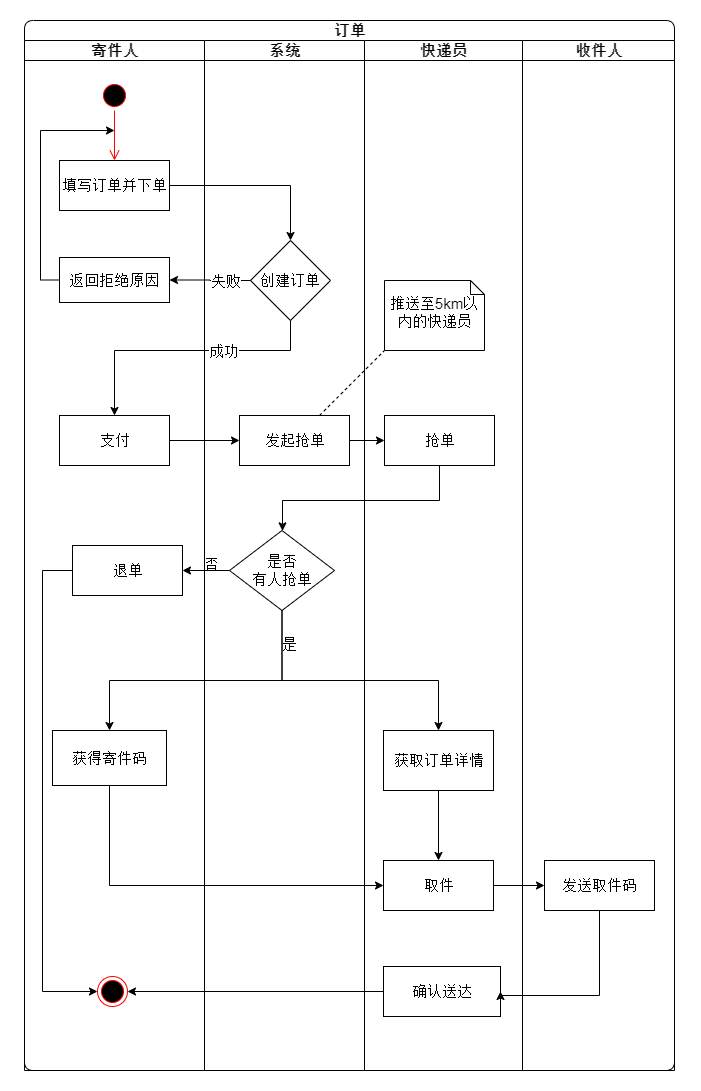
Above: final/img/pool.drawio.png in an-Onion/architect-camp (draw.io), before the change. Source tidied: cells renumbered, new cells last; positions are measured from the earlier drawing's top-left corner, leaving out a move shared by most shapes. Source of this version:
```xml
<mxGraphModel>
  <root>
    <mxCell id="0" />
    <mxCell id="1" parent="0" />
    <mxCell id="2" style="rounded=0;whiteSpace=wrap;html=1;strokeColor=none;" parent="1" vertex="1">
      <mxGeometry width="700" height="1090" as="geometry" />
    </mxCell>
    <mxCell id="3" value="订单" style="swimlane;html=1;startSize=20;align=center;verticalAlign=middle;shadow=0;glass=0;rounded=1;swimlaneLine=0;comic=0;fontSize=15;" parent="1" vertex="1">
      <mxGeometry x="24" y="20" width="650" height="1050" as="geometry" />
    </mxCell>
    <mxCell id="4" value="寄件人" style="swimlane;html=1;startSize=20;fontSize=15;" parent="3" vertex="1">
      <mxGeometry y="20" width="180" height="1030" as="geometry" />
    </mxCell>
    <mxCell id="5" style="edgeStyle=orthogonalEdgeStyle;html=1;verticalAlign=bottom;endArrow=open;endSize=8;strokeColor=#ff0000;entryX=0.5;entryY=0;entryDx=0;entryDy=0;fontSize=15;" parent="4" edge="1" source="6" target="9">
      <mxGeometry relative="1" as="geometry" />
    </mxCell>
    <mxCell id="6" style="ellipse;html=1;shape=startState;fillColor=#000000;strokeColor=#ff0000;fontSize=15;" parent="4" vertex="1">
      <mxGeometry x="75" y="40" width="30" height="30" as="geometry" />
    </mxCell>
    <mxCell id="7" value="支付" style="html=1;fontSize=15;" parent="4" vertex="1">
      <mxGeometry x="35" y="375" width="110" height="50" as="geometry" />
    </mxCell>
    <mxCell id="8" value="返回拒绝原因" style="rounded=0;whiteSpace=wrap;html=1;shadow=0;glass=0;comic=0;align=center;fontSize=15;" parent="4" vertex="1">
      <mxGeometry x="35" y="217" width="110" height="45" as="geometry" />
    </mxCell>
    <mxCell id="9" value="填写订单并下单" style="html=1;fontSize=15;" parent="4" vertex="1">
      <mxGeometry x="35" y="120" width="110" height="50" as="geometry" />
    </mxCell>
    <mxCell id="10" value="获得寄件码" style="rounded=0;whiteSpace=wrap;html=1;shadow=0;glass=0;comic=0;align=center;fontSize=15;" parent="4" vertex="1">
      <mxGeometry x="28" y="690" width="114" height="55" as="geometry" />
    </mxCell>
    <mxCell id="11" style="edgeStyle=orthogonalEdgeStyle;rounded=0;jettySize=auto;html=1;entryX=0;entryY=0.5;entryDx=0;entryDy=0;exitX=0;exitY=0.5;exitDx=0;exitDy=0;" parent="4" edge="1" source="12" target="13">
      <mxGeometry relative="1" as="geometry">
        <Array as="points">
          <mxPoint x="58" y="530" />
          <mxPoint x="18" y="530" />
          <mxPoint x="18" y="935" />
        </Array>
      </mxGeometry>
    </mxCell>
    <mxCell id="12" value="退单" style="html=1;fontSize=15;" parent="4" vertex="1">
      <mxGeometry x="48" y="505" width="110" height="50" as="geometry" />
    </mxCell>
    <mxCell id="13" style="ellipse;html=1;shape=endState;fillColor=#000000;strokeColor=#ff0000;rounded=0;shadow=0;glass=0;comic=0;align=center;fontSize=15;" parent="4" vertex="1">
      <mxGeometry x="73" y="936" width="30" height="30" as="geometry" />
    </mxCell>
    <mxCell id="14" value="系统" style="swimlane;html=1;startSize=20;fontSize=15;" parent="3" vertex="1">
      <mxGeometry x="180" y="20" width="160" height="1030" as="geometry" />
    </mxCell>
    <mxCell id="15" value="否" style="text;html=1;strokeColor=none;fillColor=none;align=center;verticalAlign=middle;whiteSpace=wrap;rounded=0;" parent="14" vertex="1">
      <mxGeometry x="-12" y="513" width="40" height="20" as="geometry" />
    </mxCell>
    <mxCell id="16" value="是否&lt;br style=&quot;font-size: 15px&quot;&gt;有人抢单" style="rhombus;whiteSpace=wrap;html=1;rounded=0;shadow=0;glass=0;comic=0;align=center;fontSize=15;" parent="14" vertex="1">
      <mxGeometry x="25" y="490" width="105" height="80" as="geometry" />
    </mxCell>
    <mxCell id="17" value="创建订单" style="rhombus;whiteSpace=wrap;html=1;rounded=0;shadow=0;glass=0;comic=0;align=center;fontSize=15;" parent="14" vertex="1">
      <mxGeometry x="46" y="200" width="80" height="80" as="geometry" />
    </mxCell>
    <mxCell id="18" value="发起抢单" style="html=1;fontSize=15;" parent="14" vertex="1">
      <mxGeometry x="35" y="375" width="110" height="50" as="geometry" />
    </mxCell>
    <mxCell id="19" value="是" style="text;html=1;align=center;verticalAlign=middle;fontSize=15;" parent="14" vertex="1">
      <mxGeometry x="70" y="594" width="30" height="20" as="geometry" />
    </mxCell>
    <mxCell id="20" style="edgeStyle=orthogonalEdgeStyle;rounded=0;jettySize=auto;html=1;entryX=0;entryY=0.5;entryDx=0;entryDy=0;fontSize=15;" parent="3" edge="1" source="7" target="18">
      <mxGeometry relative="1" as="geometry" />
    </mxCell>
    <mxCell id="21" style="edgeStyle=orthogonalEdgeStyle;rounded=0;jettySize=auto;html=1;entryX=0;entryY=0.5;entryDx=0;entryDy=0;fontSize=15;" parent="3" edge="1" source="18" target="30">
      <mxGeometry relative="1" as="geometry" />
    </mxCell>
    <mxCell id="22" style="edgeStyle=orthogonalEdgeStyle;rounded=0;jettySize=auto;html=1;entryX=0.5;entryY=0;entryDx=0;entryDy=0;fontSize=15;" parent="3" edge="1" source="9" target="17">
      <mxGeometry relative="1" as="geometry" />
    </mxCell>
    <mxCell id="23" style="edgeStyle=orthogonalEdgeStyle;rounded=0;jettySize=auto;html=1;entryX=1;entryY=0.5;entryDx=0;entryDy=0;fontSize=15;" parent="3" edge="1" source="17" target="8">
      <mxGeometry relative="1" as="geometry" />
    </mxCell>
    <mxCell id="24" value="失败" style="edgeLabel;html=1;align=center;verticalAlign=middle;fontSize=15;" parent="23" vertex="1">
      <mxGeometry x="-0.44" y="-1" relative="1" as="geometry">
        <mxPoint x="-3" y="1" as="offset" />
      </mxGeometry>
    </mxCell>
    <mxCell id="25" style="endArrow=none;dashed=1;html=1;entryX=0;entryY=1;entryDx=0;entryDy=0;entryPerimeter=0;fontSize=15;" parent="3" edge="1" source="18" target="29">
      <mxGeometry relative="1" as="geometry" />
    </mxCell>
    <mxCell id="26" style="edgeStyle=orthogonalEdgeStyle;rounded=0;jettySize=auto;html=1;fontSize=15;" parent="3" edge="1" source="30" target="16">
      <mxGeometry relative="1" as="geometry">
        <Array as="points">
          <mxPoint x="415" y="480" />
          <mxPoint x="258" y="480" />
        </Array>
      </mxGeometry>
    </mxCell>
    <mxCell id="27" value="快递员" style="swimlane;html=1;startSize=20;verticalAlign=middle;fontSize=15;" parent="3" vertex="1">
      <mxGeometry x="340" y="20" width="158" height="1030" as="geometry" />
    </mxCell>
    <mxCell id="28" style="edgeStyle=orthogonalEdgeStyle;rounded=0;jettySize=auto;html=1;fontSize=15;" parent="27" edge="1" source="31" target="32">
      <mxGeometry relative="1" as="geometry" />
    </mxCell>
    <mxCell id="29" value="推送至5km以内的快递员" style="shape=note;whiteSpace=wrap;html=1;size=14;verticalAlign=middle;align=center;spacingTop=-6;comic=0;fontSize=15;" parent="27" vertex="1">
      <mxGeometry x="20" y="240" width="100" height="70" as="geometry" />
    </mxCell>
    <mxCell id="30" value="抢单" style="html=1;fontSize=15;" parent="27" vertex="1">
      <mxGeometry x="20" y="375" width="110" height="50" as="geometry" />
    </mxCell>
    <mxCell id="31" value="获取订单详情" style="html=1;fontSize=15;" parent="27" vertex="1">
      <mxGeometry x="19" y="690" width="110" height="60" as="geometry" />
    </mxCell>
    <mxCell id="32" value="取件" style="html=1;fontSize=15;" parent="27" vertex="1">
      <mxGeometry x="19" y="820" width="110" height="50" as="geometry" />
    </mxCell>
    <mxCell id="33" value="确认送达" style="rounded=0;whiteSpace=wrap;html=1;shadow=0;glass=0;comic=0;fontSize=15;align=center;" parent="27" vertex="1">
      <mxGeometry x="19" y="926" width="117" height="50" as="geometry" />
    </mxCell>
    <mxCell id="34" style="edgeStyle=orthogonalEdgeStyle;rounded=0;jettySize=auto;html=1;exitX=0.5;exitY=1;exitDx=0;exitDy=0;fontSize=15;" parent="3" edge="1" source="16" target="31">
      <mxGeometry relative="1" as="geometry">
        <Array as="points">
          <mxPoint x="365" y="660" />
          <mxPoint x="525" y="660" />
        </Array>
      </mxGeometry>
    </mxCell>
    <mxCell id="35" style="edgeStyle=orthogonalEdgeStyle;rounded=0;jettySize=auto;html=1;entryX=0.5;entryY=0;entryDx=0;entryDy=0;fontSize=15;" parent="3" edge="1" source="17" target="7">
      <mxGeometry relative="1" as="geometry">
        <Array as="points">
          <mxPoint x="266" y="330" />
          <mxPoint x="90" y="330" />
        </Array>
      </mxGeometry>
    </mxCell>
    <mxCell id="36" value="成功" style="edgeLabel;html=1;align=center;verticalAlign=middle;fontSize=15;" parent="35" vertex="1">
      <mxGeometry x="0.06" y="-4" relative="1" as="geometry">
        <mxPoint x="45" y="4" as="offset" />
      </mxGeometry>
    </mxCell>
    <mxCell id="37" style="edgeStyle=orthogonalEdgeStyle;rounded=0;jettySize=auto;html=1;fontSize=15;" parent="3" edge="1" source="16" target="10">
      <mxGeometry relative="1" as="geometry">
        <Array as="points">
          <mxPoint x="365" y="660" />
          <mxPoint x="213" y="660" />
        </Array>
      </mxGeometry>
    </mxCell>
    <mxCell id="38" style="edgeStyle=orthogonalEdgeStyle;rounded=0;jettySize=auto;html=1;entryX=0;entryY=0.5;entryDx=0;entryDy=0;fontSize=15;" parent="3" edge="1" source="10" target="32">
      <mxGeometry relative="1" as="geometry">
        <Array as="points">
          <mxPoint x="85" y="865" />
        </Array>
      </mxGeometry>
    </mxCell>
    <mxCell id="39" value="收件人" style="swimlane;html=1;startSize=20;verticalAlign=middle;fontSize=15;" parent="3" vertex="1">
      <mxGeometry x="498" y="20" width="152" height="1030" as="geometry" />
    </mxCell>
    <mxCell id="40" value="发送取件码" style="html=1;fontSize=15;" parent="39" vertex="1">
      <mxGeometry x="22" y="820" width="110" height="50" as="geometry" />
    </mxCell>
    <mxCell id="41" style="edgeStyle=orthogonalEdgeStyle;rounded=0;jettySize=auto;html=1;entryX=0;entryY=0.5;entryDx=0;entryDy=0;" parent="3" edge="1" source="32" target="40">
      <mxGeometry relative="1" as="geometry" />
    </mxCell>
    <mxCell id="42" style="edgeStyle=orthogonalEdgeStyle;rounded=0;jettySize=auto;html=1;entryX=1;entryY=0.5;entryDx=0;entryDy=0;" parent="3" edge="1" source="33" target="13">
      <mxGeometry relative="1" as="geometry" />
    </mxCell>
    <mxCell id="43" style="edgeStyle=orthogonalEdgeStyle;rounded=0;jettySize=auto;html=1;entryX=1;entryY=0.5;entryDx=0;entryDy=0;" parent="3" edge="1" source="16" target="12">
      <mxGeometry relative="1" as="geometry" />
    </mxCell>
    <mxCell id="44" style="edgeStyle=orthogonalEdgeStyle;rounded=0;jettySize=auto;html=1;entryX=1;entryY=0.5;entryDx=0;entryDy=0;" parent="3" edge="1" source="40" target="33">
      <mxGeometry relative="1" as="geometry">
        <Array as="points">
          <mxPoint x="575" y="975" />
        </Array>
      </mxGeometry>
    </mxCell>
    <mxCell id="45" style="edgeStyle=orthogonalEdgeStyle;rounded=0;jettySize=auto;html=1;" parent="1" edge="1" source="8">
      <mxGeometry relative="1" as="geometry">
        <mxPoint x="114" y="130" as="targetPoint" />
        <Array as="points">
          <mxPoint x="40" y="280" />
          <mxPoint x="40" y="130" />
        </Array>
      </mxGeometry>
    </mxCell>
  </root>
</mxGraphModel>
```
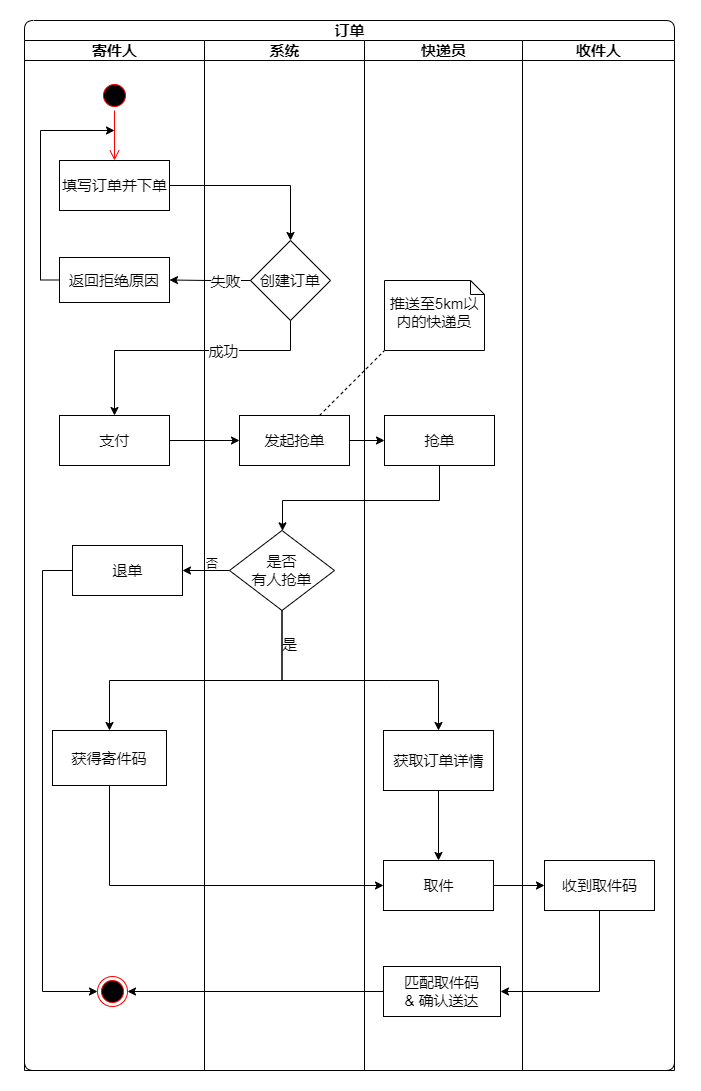
The same diagram one commit later.

Diff of the diagram source:
```diff
@@ -108,7 +108,7 @@
     <mxCell id="32" value="取件" style="html=1;fontSize=15;" parent="27" vertex="1">
       <mxGeometry x="19" y="820" width="110" height="50" as="geometry" />
     </mxCell>
-    <mxCell id="33" value="确认送达" style="rounded=0;whiteSpace=wrap;html=1;shadow=0;glass=0;comic=0;fontSize=15;align=center;" parent="27" vertex="1">
+    <mxCell id="33" value="匹配取件码&lt;br&gt;&amp;amp; 确认送达" style="rounded=0;whiteSpace=wrap;html=1;shadow=0;glass=0;comic=0;fontSize=15;align=center;" parent="27" vertex="1">
       <mxGeometry x="19" y="926" width="117" height="50" as="geometry" />
     </mxCell>
     <mxCell id="34" style="edgeStyle=orthogonalEdgeStyle;rounded=0;jettySize=auto;html=1;exitX=0.5;exitY=1;exitDx=0;exitDy=0;fontSize=15;" parent="3" edge="1" source="16" target="31">
@@ -150,7 +150,7 @@
     <mxCell id="39" value="收件人" style="swimlane;html=1;startSize=20;verticalAlign=middle;fontSize=15;" parent="3" vertex="1">
       <mxGeometry x="498" y="20" width="152" height="1030" as="geometry" />
     </mxCell>
-    <mxCell id="40" value="发送取件码" style="html=1;fontSize=15;" parent="39" vertex="1">
+    <mxCell id="40" value="收到取件码" style="html=1;fontSize=15;" parent="39" vertex="1">
       <mxGeometry x="22" y="820" width="110" height="50" as="geometry" />
     </mxCell>
     <mxCell id="41" style="edgeStyle=orthogonalEdgeStyle;rounded=0;jettySize=auto;html=1;entryX=0;entryY=0.5;entryDx=0;entryDy=0;" parent="3" edge="1" source="32" target="40">
@@ -165,7 +165,7 @@
     <mxCell id="44" style="edgeStyle=orthogonalEdgeStyle;rounded=0;jettySize=auto;html=1;entryX=1;entryY=0.5;entryDx=0;entryDy=0;" parent="3" edge="1" source="40" target="33">
       <mxGeometry relative="1" as="geometry">
         <Array as="points">
-          <mxPoint x="575" y="975" />
+          <mxPoint x="575" y="971" />
         </Array>
       </mxGeometry>
     </mxCell>
```
